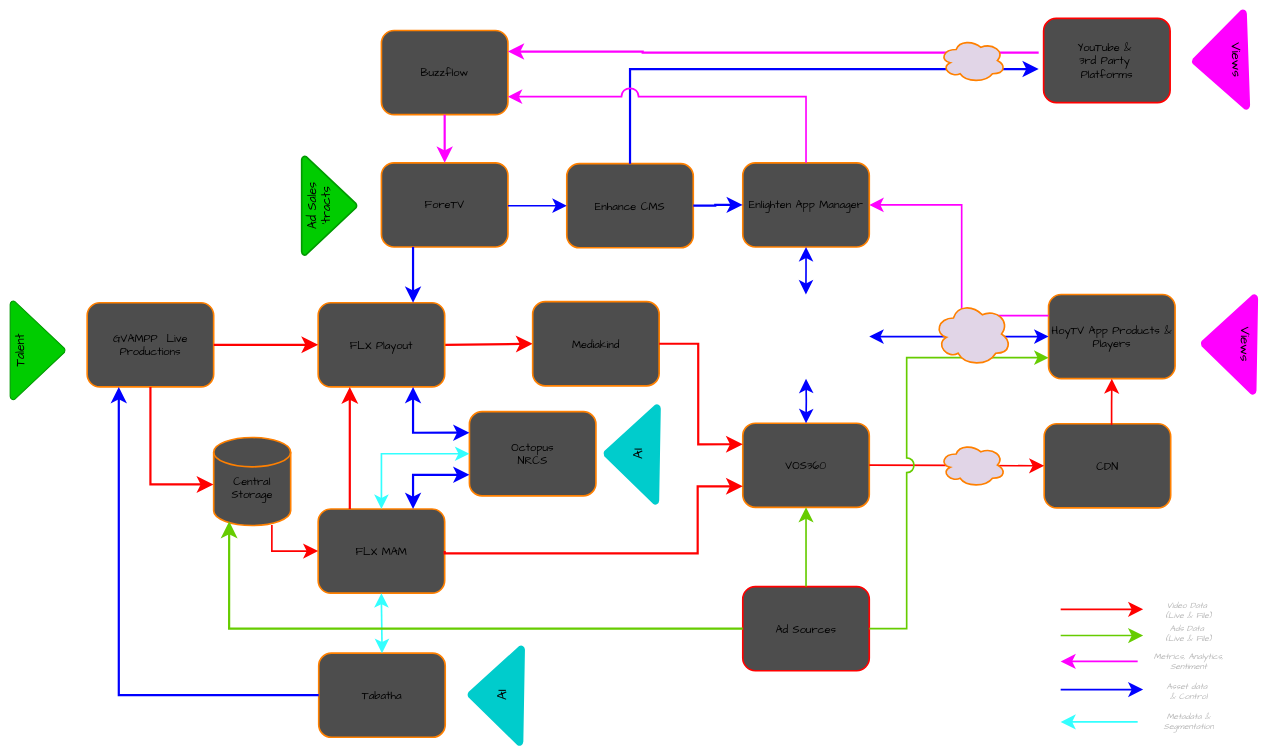
Before: imw135 - HoyTV Data Flow.drawio in zarniewoop/drawings, a draw.io diagram. Source tidied: cells renumbered, new cells numbered last; positions are measured from the earlier drawing's top-left corner, leaving out a move shared by most shapes. Both pictures are drawn from the tidied source at 55%, with x=0, y=0 at pixel (-12, 18).
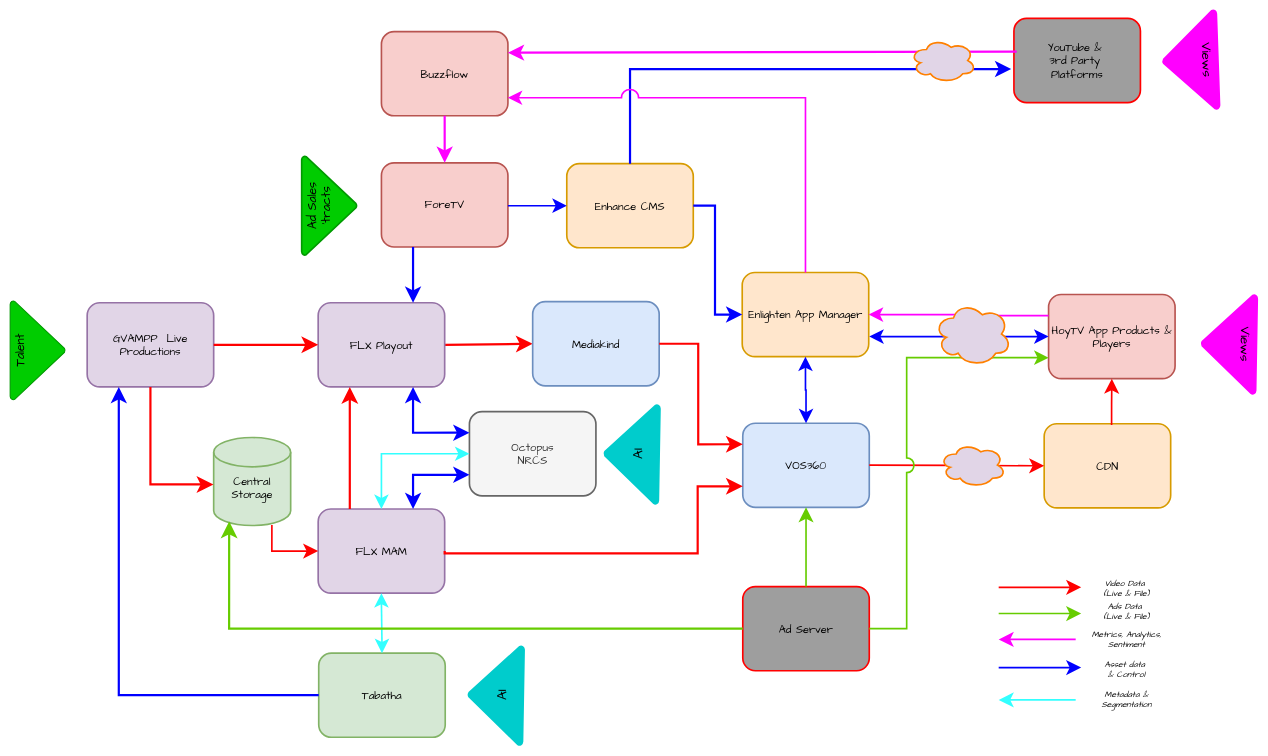
Above is the later version.

What changed in the source:
```diff
@@
-    <mxCell id="2" value="ForeTV" style="rounded=1;whiteSpace=wrap;html=1;fontSize=20;fillColor=light-dark(#4D4D4D,#4D4D4D);strokeColor=light-dark(#FF8000,#FF8000);strokeWidth=3;fontFamily=Comic Sans MS;" parent="1" vertex="1">
+    <mxCell id="2" value="ForeTV" style="rounded=1;whiteSpace=wrap;html=1;fontSize=20;fillColor=#f8cecc;strokeColor=#b85450;strokeWidth=3;fontFamily=Comic Sans MS;" parent="1" vertex="1">
       <mxGeometry x="715" y="262.5" width="230" height="153" as="geometry" />
     </mxCell>
-    <mxCell id="3" value="Enhance CMS" style="rounded=1;whiteSpace=wrap;html=1;fontSize=20;fillColor=light-dark(#4D4D4D,#4D4D4D);strokeColor=light-dark(#FF8000,#FF8000);strokeWidth=3;fontFamily=Comic Sans MS;" parent="1" vertex="1">
+    <mxCell id="3" value="Enhance CMS" style="rounded=1;whiteSpace=wrap;html=1;fontSize=20;fillColor=#ffe6cc;strokeColor=#d79b00;strokeWidth=3;fontFamily=Comic Sans MS;" parent="1" vertex="1">
       <mxGeometry x="1052" y="264" width="230" height="153" as="geometry" />
     </mxCell>
-    <mxCell id="4" value="Enlighten App Manager" style="rounded=1;whiteSpace=wrap;html=1;fontSize=20;fillColor=light-dark(#4D4D4D,#4D4D4D);strokeColor=light-dark(#FF8000,#FF8000);strokeWidth=3;fontFamily=Comic Sans MS;" parent="1" vertex="1">
-      <mxGeometry x="1372" y="262.5" width="230" height="153" as="geometry" />
+    <mxCell id="4" value="Enlighten App Manager" style="rounded=1;whiteSpace=wrap;html=1;fontSize=20;fillColor=#ffe6cc;strokeColor=#d79b00;strokeWidth=3;fontFamily=Comic Sans MS;" parent="1" vertex="1">
+      <mxGeometry x="1371" y="462" width="230" height="153" as="geometry" />
     </mxCell>
-    <mxCell id="5" value="HoyTV App Products &amp;amp; Players" style="rounded=1;whiteSpace=wrap;html=1;fontSize=20;fillColor=light-dark(#4D4D4D,#4D4D4D);strokeColor=light-dark(#FF8000,#FF8000);strokeWidth=3;fontFamily=Comic Sans MS;" parent="1" vertex="1">
+    <mxCell id="5" value="HoyTV App Products &amp;amp; Players" style="rounded=1;whiteSpace=wrap;html=1;fontSize=20;fillColor=#f8cecc;strokeColor=#b85450;strokeWidth=3;fontFamily=Comic Sans MS;" parent="1" vertex="1">
       <mxGeometry x="1928" y="502" width="230" height="153" as="geometry" />
     </mxCell>
@@
-    <mxCell id="8" value="FLX MAM" style="rounded=1;whiteSpace=wrap;html=1;fontSize=20;fillColor=light-dark(#4D4D4D,#4D4D4D);strokeColor=light-dark(#FF8000,#FF8000);strokeWidth=3;fontFamily=Comic Sans MS;" parent="1" vertex="1">
+    <mxCell id="8" value="FLX MAM" style="rounded=1;whiteSpace=wrap;html=1;fontSize=20;fillColor=#e1d5e7;strokeColor=#9673a6;strokeWidth=3;fontFamily=Comic Sans MS;" parent="1" vertex="1">
       <mxGeometry x="600" y="892" width="230" height="153" as="geometry" />
     </mxCell>
@@
-    <mxCell id="10" value="FLX Playout" style="rounded=1;whiteSpace=wrap;html=1;fontSize=20;fillColor=light-dark(#4D4D4D,#4D4D4D);strokeColor=light-dark(#FF8000,#FF8000);strokeWidth=3;fontFamily=Comic Sans MS;" parent="1" vertex="1">
+    <mxCell id="10" value="FLX Playout" style="rounded=1;whiteSpace=wrap;html=1;fontSize=20;fillColor=#e1d5e7;strokeColor=#9673a6;strokeWidth=3;fontFamily=Comic Sans MS;" parent="1" vertex="1">
       <mxGeometry x="600" y="517" width="230" height="153" as="geometry" />
     </mxCell>
-    <mxCell id="11" value="VOS360" style="rounded=1;whiteSpace=wrap;html=1;fontSize=20;fillColor=light-dark(#4D4D4D,#4D4D4D);strokeColor=light-dark(#FF8000,#FF8000);strokeWidth=3;fontFamily=Comic Sans MS;" parent="1" vertex="1">
+    <mxCell id="11" value="VOS360" style="rounded=1;whiteSpace=wrap;html=1;fontSize=20;fillColor=#dae8fc;strokeColor=#6c8ebf;strokeWidth=3;fontFamily=Comic Sans MS;" parent="1" vertex="1">
       <mxGeometry x="1372" y="736" width="230" height="153" as="geometry" />
     </mxCell>
-    <mxCell id="12" style="edgeStyle=orthogonalEdgeStyle;rounded=0;jettySize=auto;html=1;entryX=0.5;entryY=0;entryDx=0;entryDy=0;exitX=0.5;exitY=1;exitDx=0;exitDy=0;startArrow=classic;startFill=1;startSize=17;endSize=17;fillColor=light-dark(#0000CC,#0000CC);strokeColor=light-dark(#0000FF,#0000FF);fontSize=20;flowAnimation=0;strokeWidth=3;" parent="1" edge="1" target="11">
-      <mxGeometry relative="1" as="geometry">
-        <mxPoint x="1487" y="655" as="sourcePoint" />
-      </mxGeometry>
+    <mxCell id="12" style="edgeStyle=orthogonalEdgeStyle;rounded=0;jettySize=auto;html=1;entryX=0.5;entryY=0;entryDx=0;entryDy=0;startArrow=classic;startFill=1;startSize=17;endSize=17;fillColor=light-dark(#0000CC,#0000CC);strokeColor=light-dark(#0000FF,#0000FF);fontSize=20;flowAnimation=0;strokeWidth=3;" parent="1" edge="1" source="4" target="11">
+      <mxGeometry relative="1" as="geometry" />
     </mxCell>
-    <mxCell id="13" value="Ad Sources" style="rounded=1;whiteSpace=wrap;html=1;fontSize=20;fillColor=light-dark(#4D4D4D,#4D4D4D);strokeColor=light-dark(#FF0000,#FF0000);strokeWidth=3;fontFamily=Comic Sans MS;" parent="1" vertex="1">
+    <mxCell id="13" value="Ad Server" style="rounded=1;whiteSpace=wrap;html=1;fontSize=20;fillColor=light-dark(#9E9E9E,#4D4D4D);strokeColor=light-dark(#FF0000,#FF0000);strokeWidth=3;fontFamily=Comic Sans MS;" parent="1" vertex="1">
       <mxGeometry x="1372" y="1033" width="230" height="153" as="geometry" />
     </mxCell>
-    <mxCell id="14" value="CDN" style="rounded=1;whiteSpace=wrap;html=1;fontSize=20;fillColor=light-dark(#4D4D4D,#4D4D4D);strokeColor=light-dark(#FF8000,#FF8000);strokeWidth=3;fontFamily=Comic Sans MS;" parent="1" vertex="1">
+    <mxCell id="14" value="CDN" style="rounded=1;whiteSpace=wrap;html=1;fontSize=20;fillColor=#ffe6cc;strokeColor=#d79b00;strokeWidth=3;fontFamily=Comic Sans MS;" parent="1" vertex="1">
       <mxGeometry x="1920" y="737" width="230" height="153" as="geometry" />
     </mxCell>
@@
-    <mxCell id="20" value="&lt;div&gt;&lt;br&gt;&lt;/div&gt;Central Storage" style="strokeWidth=3;html=1;shape=mxgraph.flowchart.database;whiteSpace=wrap;strokeColor=light-dark(#FF8000,#FF8000);fillColor=light-dark(#4D4D4D,#4D4D4D);fontSize=20;fontFamily=Comic Sans MS;" parent="1" vertex="1">
+    <mxCell id="20" value="&lt;div&gt;&lt;br&gt;&lt;/div&gt;Central Storage" style="strokeWidth=3;html=1;shape=mxgraph.flowchart.database;whiteSpace=wrap;strokeColor=#82b366;fillColor=#d5e8d4;fontSize=20;fontFamily=Comic Sans MS;" parent="1" vertex="1">
       <mxGeometry x="410" y="762" width="140" height="160" as="geometry" />
     </mxCell>
@@
-    <mxCell id="22" value="Tabatha" style="rounded=1;whiteSpace=wrap;html=1;fontSize=20;fillColor=light-dark(#4D4D4D,#4D4D4D);strokeColor=light-dark(#FF8000,#FF8000);strokeWidth=3;fontFamily=Comic Sans MS;" parent="1" vertex="1">
+    <mxCell id="22" value="Tabatha" style="rounded=1;whiteSpace=wrap;html=1;fontSize=20;fillColor=#d5e8d4;strokeColor=#82b366;strokeWidth=3;fontFamily=Comic Sans MS;" parent="1" vertex="1">
       <mxGeometry x="601" y="1154" width="230" height="153" as="geometry" />
     </mxCell>
@@
-    <mxCell id="26" value="GVAMPP &amp;nbsp;Live&lt;div&gt;Productions&lt;/div&gt;" style="rounded=1;whiteSpace=wrap;html=1;fontSize=20;fillColor=light-dark(#4D4D4D,#4D4D4D);strokeColor=light-dark(#FF8000,#FF8000);strokeWidth=3;fontFamily=Comic Sans MS;" parent="1" vertex="1">
+    <mxCell id="26" value="GVAMPP &amp;nbsp;Live&lt;div&gt;Productions&lt;/div&gt;" style="rounded=1;whiteSpace=wrap;html=1;fontSize=20;fillColor=#e1d5e7;strokeColor=#9673a6;strokeWidth=3;fontFamily=Comic Sans MS;" parent="1" vertex="1">
       <mxGeometry x="180" y="517" width="230" height="153" as="geometry" />
     </mxCell>
@@
-    <mxCell id="30" value="YouTube &amp;amp;&amp;nbsp;&lt;div&gt;3rd Party&amp;nbsp;&lt;/div&gt;&lt;div&gt;Platforms&lt;/div&gt;" style="rounded=1;whiteSpace=wrap;html=1;fontSize=20;fillColor=light-dark(#4D4D4D,#4D4D4D);strokeColor=light-dark(#FF0000,#FF0000);strokeWidth=3;fontFamily=Comic Sans MS;" parent="1" vertex="1">
-      <mxGeometry x="1919" width="230" height="153" as="geometry" />
+    <mxCell id="30" value="YouTube &amp;amp;&amp;nbsp;&lt;div&gt;3rd Party&amp;nbsp;&lt;/div&gt;&lt;div&gt;Platforms&lt;/div&gt;" style="rounded=1;whiteSpace=wrap;html=1;fontSize=20;fillColor=light-dark(#9E9E9E,#4D4D4D);strokeColor=light-dark(#FF0000,#FF0000);strokeWidth=3;fontFamily=Comic Sans MS;" parent="1" vertex="1">
+      <mxGeometry x="1865" width="230" height="153" as="geometry" />
     </mxCell>
     <mxCell id="31" value="Views" style="strokeWidth=3;html=1;shape=mxgraph.flowchart.merge_or_storage;whiteSpace=wrap;fillColor=light-dark(#FF00FF,#FF00FF);strokeColor=light-dark(#FF00FF,#FF00FF);fontSize=24;fontFamily=Comic Sans MS;verticalAlign=top;rotation=88;" parent="1" vertex="1">
-      <mxGeometry x="2150" y="26.5" width="180" height="100" as="geometry" />
+      <mxGeometry x="2096" y="26.5" width="180" height="100" as="geometry" />
     </mxCell>
@@
-    <mxCell id="33" value="Buzzflow" style="rounded=1;whiteSpace=wrap;html=1;fontSize=20;fillColor=light-dark(#4D4D4D,#4D4D4D);strokeColor=light-dark(#FF8000,#FF8000);strokeWidth=3;fontFamily=Comic Sans MS;" parent="1" vertex="1">
-      <mxGeometry x="715" y="22" width="230" height="153" as="geometry" />
+    <mxCell id="33" value="Buzzflow" style="rounded=1;whiteSpace=wrap;html=1;fontSize=20;fillColor=#f8cecc;strokeColor=#b85450;strokeWidth=3;fontFamily=Comic Sans MS;" parent="1" vertex="1">
+      <mxGeometry x="715" y="24" width="230" height="153" as="geometry" />
     </mxCell>
-    <mxCell id="34" style="edgeStyle=orthogonalEdgeStyle;rounded=0;jettySize=auto;html=1;fontFamily=Comic Sans MS;fillColor=light-dark(#0000CC,#0000CC);strokeColor=light-dark(#FF00FF,#FF00FF);endSize=17;fontSize=20;flowAnimation=0;entryX=1;entryY=0.25;entryDx=0;entryDy=0;strokeWidth=4;" parent="1" edge="1" target="33">
+    <mxCell id="34" style="rounded=0;jettySize=auto;html=1;fontFamily=Comic Sans MS;fillColor=light-dark(#0000CC,#0000CC);strokeColor=light-dark(#FF00FF,#FF00FF);endSize=17;fontSize=20;flowAnimation=0;entryX=1;entryY=0.25;entryDx=0;entryDy=0;strokeWidth=4;" parent="1" edge="1" target="33">
       <mxGeometry relative="1" as="geometry">
-        <mxPoint x="1910" y="62" as="sourcePoint" />
-        <Array as="points">
-          <mxPoint x="1190" y="62" />
-          <mxPoint x="1190" y="60.3" />
-        </Array>
+        <mxPoint x="1870" y="60.2" as="sourcePoint" />
       </mxGeometry>
     </mxCell>
@@
     <mxCell id="39" style="edgeStyle=orthogonalEdgeStyle;rounded=0;jettySize=auto;html=1;exitX=0.5;exitY=0;exitDx=0;exitDy=0;fontFamily=Comic Sans MS;fillColor=light-dark(#0000CC,#0000CC);strokeColor=light-dark(#0000FF,#0000FF);endSize=17;fontSize=20;flowAnimation=0;strokeWidth=4;" parent="1" edge="1" source="3">
       <mxGeometry relative="1" as="geometry">
-        <mxPoint x="1910" y="92" as="targetPoint" />
+        <mxPoint x="1860" y="92" as="targetPoint" />
         <Array as="points">
           <mxPoint x="1167" y="92" />
         </Array>
       </mxGeometry>
     </mxCell>
@@
     <mxCell id="49" style="group;strokeWidth=3;" parent="1" vertex="1">
-      <mxGeometry x="1730" y="36.5" width="120" height="80" as="geometry" />
+      <mxGeometry x="1676" y="36.5" width="120" height="80" as="geometry" />
     </mxCell>
@@
-    <mxCell id="54" style="edgeStyle=orthogonalEdgeStyle;rounded=0;jettySize=auto;html=1;entryX=0.5;entryY=0;entryDx=0;entryDy=0;exitX=0.5;exitY=1;exitDx=0;exitDy=0;startArrow=classic;startFill=1;startSize=17;endSize=17;fillColor=light-dark(#0000CC,#0000CC);strokeColor=light-dark(#0000FF,#0000FF);fontSize=20;flowAnimation=0;strokeWidth=3;" parent="1" edge="1" source="4">
-      <mxGeometry relative="1" as="geometry">
-        <mxPoint x="1486.8" y="502" as="targetPoint" />
-      </mxGeometry>
-    </mxCell>
@@
-    <mxCell id="56" style="rounded=0;orthogonalLoop=1;jettySize=auto;html=1;startArrow=none;startFill=0;startSize=18;endSize=18;strokeColor=light-dark(#FF0000,#FF0000);exitX=0.5;exitY=0;exitDx=0;exitDy=0;exitPerimeter=0;fontSize=15;edgeStyle=orthogonalEdgeStyle;flowAnimation=0;strokeWidth=3;" parent="1" edge="1">
+    <mxCell id="56" style="rounded=0;orthogonalLoop=1;jettySize=auto;html=1;startArrow=none;startFill=0;startSize=18;endSize=18;strokeColor=light-dark(#FF0000,#FF0000);exitX=0.5;exitY=0;exitDx=0;exitDy=0;exitPerimeter=0;fontSize=15;edgeStyle=orthogonalEdgeStyle;flowAnimation=0;strokeWidth=3;fontColor=light-dark(#000000,#FFFFFF);" parent="1" edge="1">
       <mxGeometry relative="1" as="geometry">
-        <mxPoint x="1950" y="1074.4" as="sourcePoint" />
-        <mxPoint x="2100" y="1074.4" as="targetPoint" />
+        <mxPoint x="1837.3" y="1034.4" as="sourcePoint" />
+        <mxPoint x="1987.3" y="1034.4" as="targetPoint" />
       </mxGeometry>
     </mxCell>
-    <mxCell id="57" style="rounded=0;orthogonalLoop=1;jettySize=auto;html=1;startArrow=none;startFill=0;startSize=18;endSize=18;strokeColor=light-dark(#FF00FF,#FF00FF);fontSize=15;edgeStyle=orthogonalEdgeStyle;flowAnimation=0;strokeWidth=3;" parent="1" edge="1">
+    <mxCell id="57" style="rounded=0;orthogonalLoop=1;jettySize=auto;html=1;startArrow=none;startFill=0;startSize=18;endSize=18;strokeColor=light-dark(#FF00FF,#FF00FF);fontSize=15;edgeStyle=orthogonalEdgeStyle;flowAnimation=0;strokeWidth=3;fontColor=light-dark(#000000,#FFFFFF);" parent="1" edge="1">
       <mxGeometry relative="1" as="geometry">
-        <mxPoint x="2090" y="1169" as="sourcePoint" />
-        <mxPoint x="1950" y="1169" as="targetPoint" />
+        <mxPoint x="1977.3" y="1129" as="sourcePoint" />
+        <mxPoint x="1837.3" y="1129" as="targetPoint" />
       </mxGeometry>
     </mxCell>
-    <mxCell id="58" style="rounded=0;orthogonalLoop=1;jettySize=auto;html=1;startArrow=none;startFill=0;startSize=18;endSize=18;strokeColor=light-dark(#0000FF,#0000FF);exitX=0.5;exitY=0;exitDx=0;exitDy=0;exitPerimeter=0;fontSize=15;edgeStyle=orthogonalEdgeStyle;flowAnimation=0;strokeWidth=3;" parent="1" edge="1">
+    <mxCell id="58" style="rounded=0;orthogonalLoop=1;jettySize=auto;html=1;startArrow=none;startFill=0;startSize=18;endSize=18;strokeColor=light-dark(#0000FF,#0000FF);exitX=0.5;exitY=0;exitDx=0;exitDy=0;exitPerimeter=0;fontSize=15;edgeStyle=orthogonalEdgeStyle;flowAnimation=0;strokeWidth=3;fontColor=light-dark(#000000,#FFFFFF);" parent="1" edge="1">
       <mxGeometry relative="1" as="geometry">
-        <mxPoint x="1950" y="1220.3" as="sourcePoint" />
-        <mxPoint x="2100" y="1220.3" as="targetPoint" />
+        <mxPoint x="1837.3" y="1180.3" as="sourcePoint" />
+        <mxPoint x="1987.3" y="1180.3" as="targetPoint" />
       </mxGeometry>
     </mxCell>
@@
-    <mxCell id="60" value="Video Data&amp;nbsp;&lt;div&gt;(Live &amp;amp; File)&lt;/div&gt;" style="text;html=1;whiteSpace=wrap;strokeColor=none;fillColor=none;align=center;verticalAlign=middle;rounded=0;fontFamily=Comic Sans MS;fontStyle=2;fontColor=light-dark(#B3B3B3,#B3B3B3);fontSize=15;strokeWidth=3;" parent="1" vertex="1">
-      <mxGeometry x="2110" y="1062" width="145.5" height="30" as="geometry" />
+    <mxCell id="60" value="Video Data&amp;nbsp;&lt;div&gt;(Live &amp;amp; File)&lt;/div&gt;" style="text;html=1;whiteSpace=wrap;strokeColor=none;fillColor=none;align=center;verticalAlign=middle;rounded=0;fontFamily=Comic Sans MS;fontStyle=2;fontColor=light-dark(#000000,#FFFFFF);fontSize=15;strokeWidth=3;" parent="1" vertex="1">
+      <mxGeometry x="1997.3" y="1022" width="145.5" height="30" as="geometry" />
     </mxCell>
-    <mxCell id="61" value="Metrics, Analytics, Sentiment" style="text;html=1;whiteSpace=wrap;strokeColor=none;fillColor=none;align=center;verticalAlign=middle;rounded=0;fontFamily=Comic Sans MS;fontStyle=2;fontColor=light-dark(#B3B3B3,#B3B3B3);fontSize=15;strokeWidth=3;" parent="1" vertex="1">
-      <mxGeometry x="2102.7" y="1154" width="160" height="30" as="geometry" />
+    <mxCell id="61" value="Metrics, Analytics, Sentiment" style="text;html=1;whiteSpace=wrap;strokeColor=none;fillColor=none;align=center;verticalAlign=middle;rounded=0;fontFamily=Comic Sans MS;fontStyle=2;fontColor=light-dark(#000000,#FFFFFF);fontSize=15;strokeWidth=3;" parent="1" vertex="1">
+      <mxGeometry x="1990" y="1114" width="160" height="30" as="geometry" />
     </mxCell>
-    <mxCell id="62" value="Asset data&amp;nbsp;&lt;div&gt;&amp;amp; Control&lt;/div&gt;" style="text;html=1;whiteSpace=wrap;strokeColor=none;fillColor=none;align=center;verticalAlign=middle;rounded=0;fontFamily=Comic Sans MS;fontStyle=2;fontColor=light-dark(#B3B3B3,#B3B3B3);fontSize=15;strokeWidth=3;" parent="1" vertex="1">
-      <mxGeometry x="2102.7" y="1208.5" width="160" height="30" as="geometry" />
+    <mxCell id="62" value="Asset data&amp;nbsp;&lt;div&gt;&amp;amp; Control&lt;/div&gt;" style="text;html=1;whiteSpace=wrap;strokeColor=none;fillColor=none;align=center;verticalAlign=middle;rounded=0;fontFamily=Comic Sans MS;fontStyle=2;fontColor=light-dark(#000000,#FFFFFF);fontSize=15;strokeWidth=3;" parent="1" vertex="1">
+      <mxGeometry x="1990" y="1168.5" width="160" height="30" as="geometry" />
     </mxCell>
-    <mxCell id="63" style="rounded=0;orthogonalLoop=1;jettySize=auto;html=1;startArrow=none;startFill=0;startSize=18;endSize=18;strokeColor=light-dark(#33FFFF,#33FFFF);fontSize=15;edgeStyle=orthogonalEdgeStyle;flowAnimation=0;fontColor=light-dark(#33FFFF,#FF0000);strokeWidth=3;" parent="1" edge="1">
+    <mxCell id="63" style="rounded=0;orthogonalLoop=1;jettySize=auto;html=1;startArrow=none;startFill=0;startSize=18;endSize=18;strokeColor=light-dark(#33FFFF,#33FFFF);fontSize=15;edgeStyle=orthogonalEdgeStyle;flowAnimation=0;fontColor=light-dark(#000000,#FFFFFF);strokeWidth=3;" parent="1" edge="1">
       <mxGeometry relative="1" as="geometry">
-        <mxPoint x="2090" y="1279" as="sourcePoint" />
-        <mxPoint x="1950" y="1279" as="targetPoint" />
+        <mxPoint x="1977.3" y="1239" as="sourcePoint" />
+        <mxPoint x="1837.3" y="1239" as="targetPoint" />
       </mxGeometry>
     </mxCell>
-    <mxCell id="64" value="Metadata &amp;amp; Segmentation" style="text;html=1;whiteSpace=wrap;strokeColor=none;fillColor=none;align=center;verticalAlign=middle;rounded=0;fontFamily=Comic Sans MS;fontStyle=2;fontColor=light-dark(#B3B3B3,#B3B3B3);fontSize=15;strokeWidth=3;" parent="1" vertex="1">
-      <mxGeometry x="2102.7" y="1263" width="160" height="30" as="geometry" />
+    <mxCell id="64" value="Metadata &amp;amp; Segmentation" style="text;html=1;whiteSpace=wrap;strokeColor=none;fillColor=none;align=center;verticalAlign=middle;rounded=0;fontFamily=Comic Sans MS;fontStyle=2;fontColor=light-dark(#000000,#FFFFFF);fontSize=15;strokeWidth=3;" parent="1" vertex="1">
+      <mxGeometry x="1990" y="1223" width="160" height="30" as="geometry" />
     </mxCell>
-    <mxCell id="65" style="rounded=0;orthogonalLoop=1;jettySize=auto;html=1;startArrow=none;startFill=0;startSize=18;endSize=18;strokeColor=light-dark(#66CC00,#66CC00);exitX=0.5;exitY=0;exitDx=0;exitDy=0;exitPerimeter=0;fontSize=15;edgeStyle=orthogonalEdgeStyle;flowAnimation=0;fontColor=light-dark(#00FF00,#00FF00);strokeWidth=3;" parent="1" edge="1">
+    <mxCell id="65" style="rounded=0;orthogonalLoop=1;jettySize=auto;html=1;startArrow=none;startFill=0;startSize=18;endSize=18;strokeColor=light-dark(#66CC00,#66CC00);exitX=0.5;exitY=0;exitDx=0;exitDy=0;exitPerimeter=0;fontSize=15;edgeStyle=orthogonalEdgeStyle;flowAnimation=0;fontColor=light-dark(#000000,#FFFFFF);strokeWidth=3;" parent="1" edge="1">
       <mxGeometry relative="1" as="geometry">
-        <mxPoint x="1950" y="1122" as="sourcePoint" />
-        <mxPoint x="2100" y="1122" as="targetPoint" />
+        <mxPoint x="1837.3" y="1082" as="sourcePoint" />
+        <mxPoint x="1987.3" y="1082" as="targetPoint" />
       </mxGeometry>
     </mxCell>
-    <mxCell id="66" value="Ads Data&amp;nbsp;&lt;div&gt;(Live &amp;amp; File)&lt;/div&gt;" style="text;html=1;whiteSpace=wrap;strokeColor=none;fillColor=none;align=center;verticalAlign=middle;rounded=0;fontFamily=Comic Sans MS;fontStyle=2;fontColor=light-dark(#B3B3B3,#B3B3B3);fontSize=15;strokeWidth=3;" parent="1" vertex="1">
-      <mxGeometry x="2110" y="1104" width="145.5" height="30" as="geometry" />
+    <mxCell id="66" value="Ads Data&amp;nbsp;&lt;div&gt;(Live &amp;amp; File)&lt;/div&gt;" style="text;html=1;whiteSpace=wrap;strokeColor=none;fillColor=none;align=center;verticalAlign=middle;rounded=0;fontFamily=Comic Sans MS;fontStyle=2;fontColor=light-dark(#000000,#FFFFFF);fontSize=15;strokeWidth=3;" parent="1" vertex="1">
+      <mxGeometry x="1997.3" y="1064" width="145.5" height="30" as="geometry" />
     </mxCell>
-    <mxCell id="67" value="Octopus&lt;div&gt;NRCS&lt;/div&gt;" style="rounded=1;whiteSpace=wrap;html=1;fontSize=20;fillColor=light-dark(#4D4D4D,#4D4D4D);strokeColor=light-dark(#FF8000,#FF8000);strokeWidth=3;fontFamily=Comic Sans MS;" parent="1" vertex="1">
+    <mxCell id="67" value="Octopus&lt;div&gt;NRCS&lt;/div&gt;" style="rounded=1;whiteSpace=wrap;html=1;fontSize=20;fillColor=#f5f5f5;strokeColor=#666666;strokeWidth=3;fontFamily=Comic Sans MS;fontColor=#333333;" parent="1" vertex="1">
       <mxGeometry x="875" y="715" width="230" height="153" as="geometry" />
     </mxCell>
-    <mxCell id="68" value="Mediakind" style="rounded=1;whiteSpace=wrap;html=1;fontSize=20;fillColor=light-dark(#4D4D4D,#4D4D4D);strokeColor=light-dark(#FF8000,#FF8000);strokeWidth=3;fontFamily=Comic Sans MS;" parent="1" vertex="1">
+    <mxCell id="68" value="Mediakind" style="rounded=1;whiteSpace=wrap;html=1;fontSize=20;fillColor=#dae8fc;strokeColor=#6c8ebf;strokeWidth=3;fontFamily=Comic Sans MS;" parent="1" vertex="1">
       <mxGeometry x="990" y="515" width="230" height="153" as="geometry" />
     </mxCell>
```
